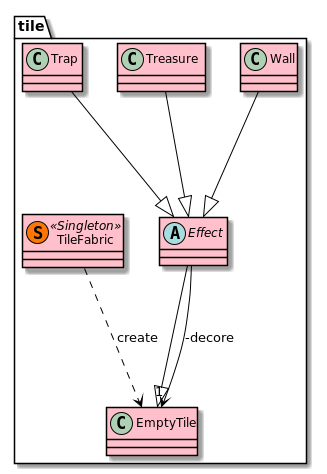
Earlier version of the PlantUML export doc/first_sprint/diagrams/class/tiles.png (Reynault/ACL_2019_Zelpop).
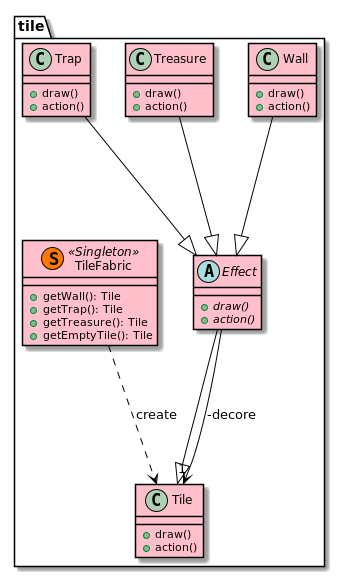
After the commit.

Commit message:
First Sprint : Update diagrams

Diff of the diagram source:
```diff
@@ -8,38 +8,46 @@
 
 package tile{
 
-    class EmptyTile{
-
+    class Tile{
+        + draw()
+        + action()
     }
 
     class Wall{
-
+        + draw()
+        + action()
     }
 
     class Treasure{
-
+        + draw()
+        + action()
     }
 
     class Trap{
-
+        + draw()
+        + action()
     }
 
     abstract Effect{
-
+        + {abstract} draw()
+        + {abstract} action()
     }
 
     class TileFabric << (S,#FF7700) Singleton >>{
-
+        + getWall(): Tile
+        + getTrap(): Tile
+        + getTreasure(): Tile
+        + getEmptyTile(): Tile
     }
 
 }
 
 Wall --|> Effect
-Effect --|> EmptyTile
-Effect --> "1" EmptyTile : -decore
+Effect --|> Tile
+Effect --> "1" Tile : -decore
 Trap --|> Effect
 Treasure --|> Effect
 
-TileFabric ..> EmptyTile : create
+TileFabric ..> Tile : create
 
 @enduml
```
